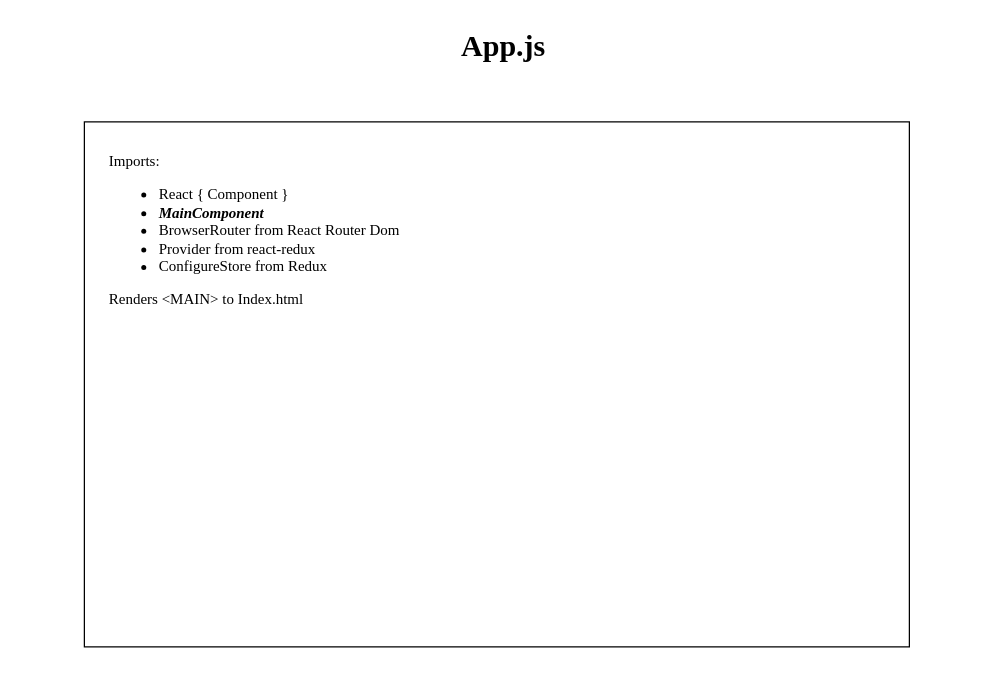
dquickenden/nucampsite keeps this draw.io diagram as page "App.js" (2 of 4) of src/Documentation/FlowChart.drawio. Above is the earlier version. Source tidied: cells renumbered, new cells numbered last; positions are measured from the earlier drawing's top-left corner, leaving out a move shared by most shapes. Both pictures are drawn from the tidied source at 125%, with x=0, y=0 at pixel (21, 21).
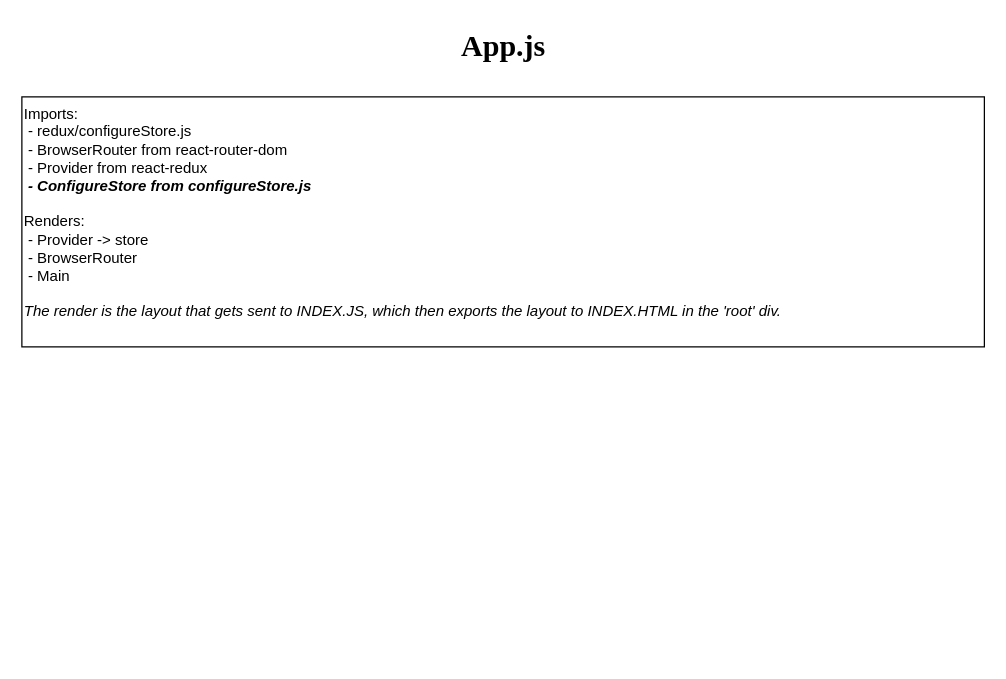
After the change.

Change to the diagram source:
```diff
@@
 <mxGraphModel>
   <root>
     <mxCell id="0" />
     <mxCell id="1" parent="0" />
     <mxCell id="2" value="App.js" style="text;html=1;fontSize=24;fontStyle=1;verticalAlign=middle;align=center;gradientDirection=east;fontFamily=Times New Roman;" parent="1" vertex="1">
       <mxGeometry width="770" height="40" as="geometry" />
     </mxCell>
-    <mxCell id="3" value="Imports:&lt;br&gt;&lt;ul&gt;&lt;li&gt;React { Component }&lt;/li&gt;&lt;li&gt;&lt;b&gt;&lt;i&gt;MainComponent&lt;/i&gt;&lt;/b&gt;&lt;/li&gt;&lt;li&gt;BrowserRouter from React Router Dom&lt;/li&gt;&lt;li&gt;Provider from react-redux&lt;/li&gt;&lt;li&gt;ConfigureStore from Redux&lt;/li&gt;&lt;/ul&gt;&lt;div&gt;Renders &amp;lt;MAIN&amp;gt; to Index.html&lt;/div&gt;" style="whiteSpace=wrap;html=1;fillColor=none;gradientColor=#4F42FF;align=left;fontFamily=Times New Roman;verticalAlign=top;spacingLeft=0;spacing=20;" parent="1" vertex="1">
-      <mxGeometry x="50" y="80" width="660" height="420" as="geometry" />
-    </mxCell>
+    <mxCell id="4" style="edgeStyle=orthogonalEdgeStyle;rounded=0;orthogonalLoop=1;jettySize=auto;html=1;exitX=0.5;exitY=1;exitDx=0;exitDy=0;" parent="1" edge="1">
+      <mxGeometry relative="1" as="geometry">
+        <mxPoint x="380" y="500" as="sourcePoint" />
+        <mxPoint x="380" y="500" as="targetPoint" />
+      </mxGeometry>
+    </mxCell>
+    <mxCell id="5" value="Imports:&amp;nbsp;&lt;br&gt;&amp;nbsp;- redux/configureStore.js&lt;br&gt;&amp;nbsp;- BrowserRouter from react-router-dom&lt;br&gt;&amp;nbsp;- Provider from react-redux&lt;br&gt;&lt;b&gt;&lt;i&gt;&amp;nbsp;- ConfigureStore from configureStore.js&lt;/i&gt;&lt;/b&gt;&lt;br&gt;&amp;nbsp;&lt;br&gt;Renders:&lt;br&gt;&amp;nbsp;- Provider -&amp;gt; store&lt;br&gt;&amp;nbsp;- BrowserRouter&lt;br&gt;&amp;nbsp;- Main&lt;br&gt;&lt;br&gt;&lt;i&gt;The render is the layout that gets sent to INDEX.JS, which then exports the layout to INDEX.HTML in the 'root' div.&lt;/i&gt;" style="rounded=0;whiteSpace=wrap;html=1;align=left;fontFamily=Helvetica;horizontal=1;verticalAlign=top;" parent="1" vertex="1">
+      <mxGeometry y="60" width="770" height="200" as="geometry" />
+    </mxCell>
   </root>
 </mxGraphModel>
```
